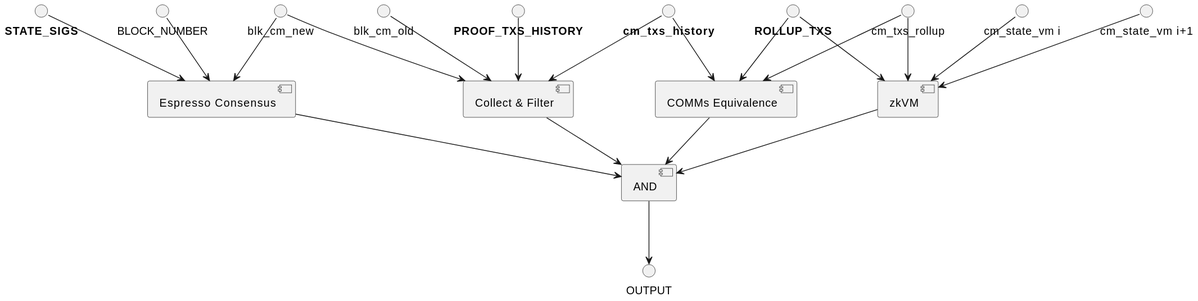
Earlier version of the PlantUML export doc/zk-rollup-circuit.svg (EspressoSystems/espresso-sequencer).
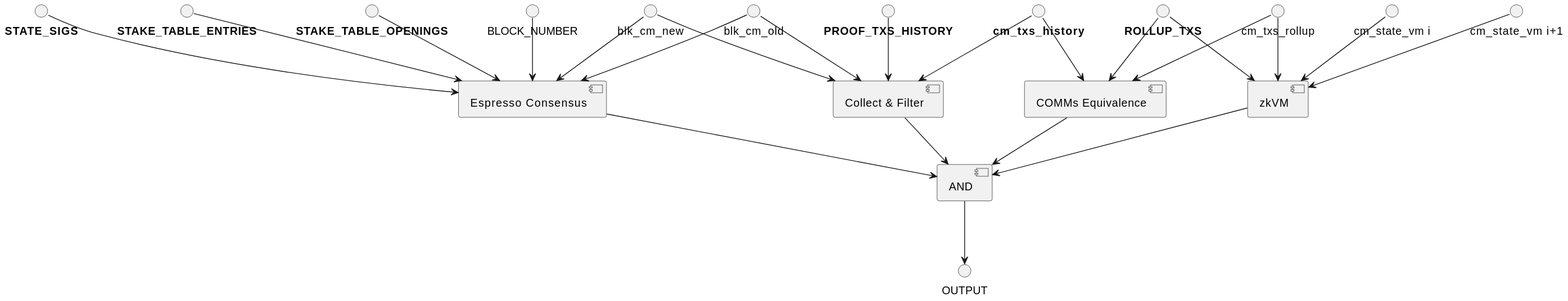
The same file after the commit.

Diff of the diagram source:
```diff
@@ -7,10 +7,14 @@
 [zkVM] as ZK
 blk_cm_new --> EspCons
 "<b>STATE_SIGS</b>" --> EspCons
+"<b>STAKE_TABLE_ENTRIES</b>" --> EspCons
+"<b>STAKE_TABLE_OPENINGS</b>" --> EspCons
 BLOCK_NUMBER --> EspCons
 
 
+
 blk_cm_old --> CF
+blk_cm_old --> EspCons
 blk_cm_new --> CF
 "<b>PROOF_TXS_HISTORY</b>" --> CF
 "<b>ROLLUP_TXS</b>" --> CE
```
